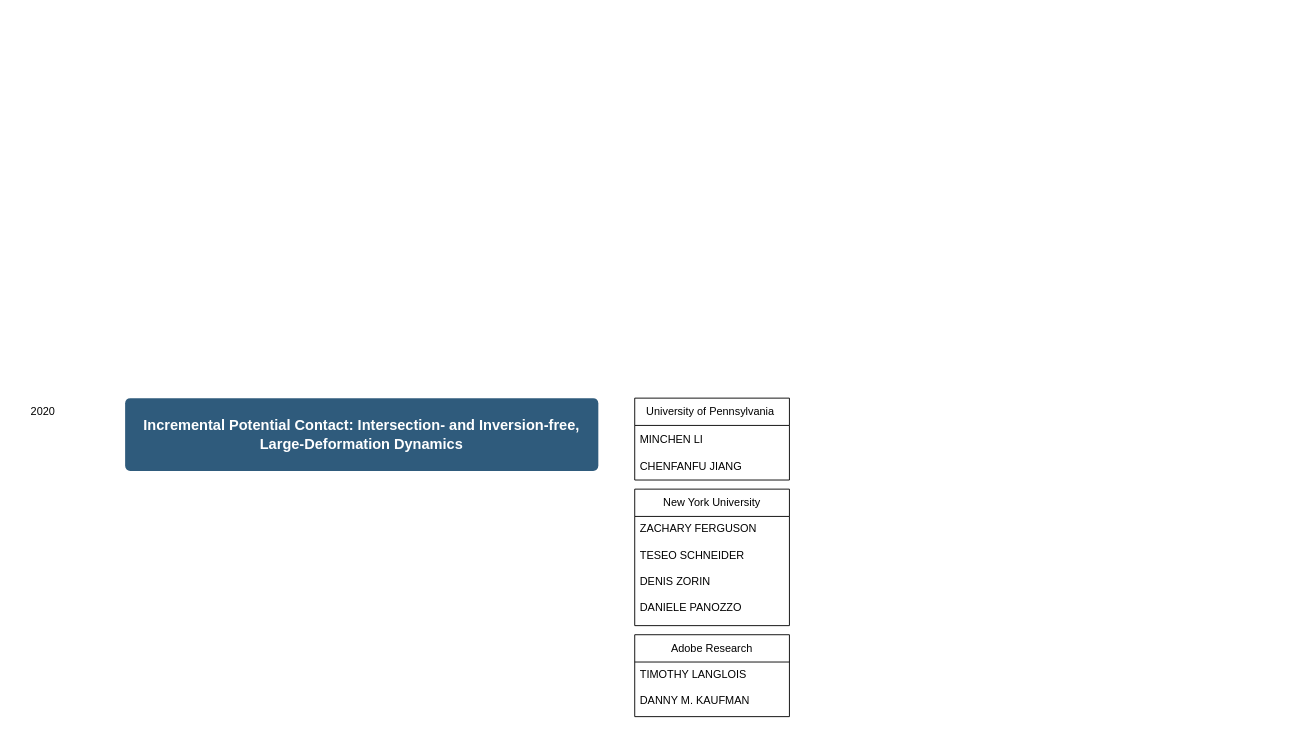
Before: Paper.drawio in jjunbass89/Paper, a draw.io diagram. Source tidied: cells renumbered, new cells numbered last; positions are measured from the earlier drawing's top-left corner, leaving out a move shared by most shapes. Both pictures are drawn from the tidied source at 91%, with x=0, y=0 at pixel (15, 398).
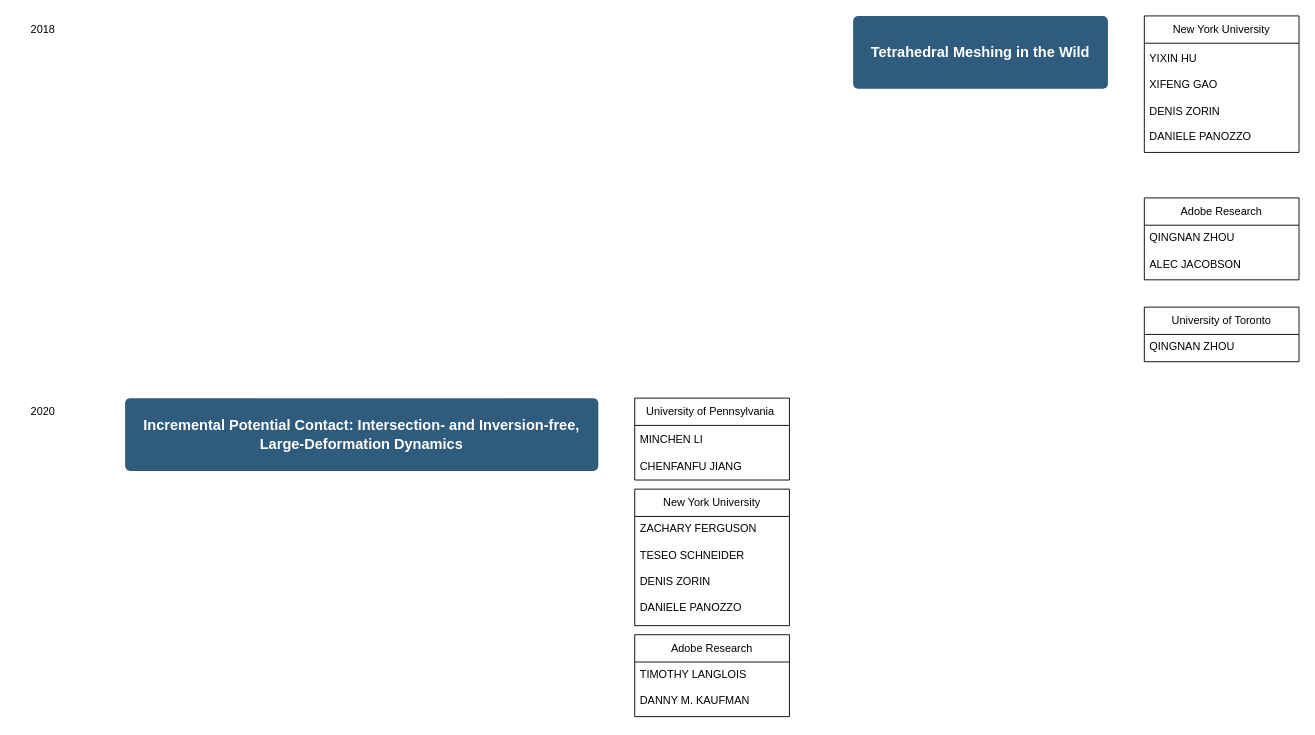
The same page after the edit.

The edit, as a diff of the source:
```diff
@@
 <mxGraphModel>
   <root>
     <mxCell id="0" />
     <mxCell id="1" parent="0" />
     <mxCell id="2" value="Incremental Potential Contact: Intersection- and Inversion-free,&lt;br/&gt;Large-Deformation Dynamics" style="rounded=1;whiteSpace=wrap;html=1;shadow=0;labelBackgroundColor=none;strokeColor=none;strokeWidth=3;fillColor=#2F5B7C;fontFamily=Helvetica;fontSize=16;fontColor=#FFFFFF;align=center;fontStyle=1;spacing=5;arcSize=7;perimeterSpacing=2;" parent="1" vertex="1">
       <mxGeometry x="120" width="520" height="80" as="geometry" />
     </mxCell>
     <mxCell id="3" value="University of Pennsylvania&amp;nbsp;" style="swimlane;fontStyle=0;horizontal=1;startSize=30;whiteSpace=wrap;html=1;" parent="1" vertex="1">
       <mxGeometry x="680" width="170" height="90" as="geometry" />
     </mxCell>
     <mxCell id="4" value="MINCHEN LI&lt;br&gt;&lt;br&gt;CHENFANFU JIANG" style="text;strokeColor=none;fillColor=none;align=left;verticalAlign=middle;spacingLeft=4;spacingRight=4;overflow=hidden;whiteSpace=wrap;html=1;" parent="3" vertex="1">
       <mxGeometry y="30" width="170" height="60" as="geometry" />
     </mxCell>
     <mxCell id="5" value="New York University" style="swimlane;fontStyle=0;horizontal=1;startSize=30;whiteSpace=wrap;html=1;" parent="1" vertex="1">
       <mxGeometry x="680" y="100" width="170" height="150" as="geometry" />
     </mxCell>
     <mxCell id="6" value="&lt;span style=&quot;border-color: var(--border-color);&quot;&gt;ZACHARY FERGUSON&lt;br&gt;&lt;br&gt;TESEO SCHNEIDER&lt;br&gt;&lt;br&gt;DENIS ZORIN &lt;br&gt;&lt;br&gt;DANIELE PANOZZO&lt;br&gt;&lt;/span&gt;" style="text;strokeColor=none;fillColor=none;align=left;verticalAlign=top;spacingLeft=4;spacingRight=4;overflow=hidden;whiteSpace=wrap;html=1;horizontal=1;" parent="5" vertex="1">
       <mxGeometry y="30" width="170" height="120" as="geometry" />
     </mxCell>
     <mxCell id="7" value="Adobe Research" style="swimlane;fontStyle=0;horizontal=1;startSize=30;whiteSpace=wrap;html=1;" parent="1" vertex="1">
       <mxGeometry x="680" y="260" width="170" height="90" as="geometry" />
     </mxCell>
     <mxCell id="8" value="&lt;span style=&quot;border-color: var(--border-color);&quot;&gt;TIMOTHY LANGLOIS&lt;br&gt;&lt;br&gt;DANNY M. KAUFMAN&lt;br&gt;&lt;/span&gt;" style="text;strokeColor=none;fillColor=none;align=left;verticalAlign=top;spacingLeft=4;spacingRight=4;overflow=hidden;whiteSpace=wrap;html=1;horizontal=1;" parent="7" vertex="1">
       <mxGeometry y="30" width="170" height="60" as="geometry" />
     </mxCell>
     <mxCell id="9" value="2020&lt;br&gt;" style="text;html=1;strokeColor=none;fillColor=none;align=center;verticalAlign=middle;whiteSpace=wrap;rounded=0;" parent="1" vertex="1">
       <mxGeometry width="60" height="30" as="geometry" />
     </mxCell>
+    <mxCell id="10" value="Tetrahedral Meshing in the Wild" style="rounded=1;whiteSpace=wrap;html=1;shadow=0;labelBackgroundColor=none;strokeColor=none;strokeWidth=3;fillColor=#2F5B7C;fontFamily=Helvetica;fontSize=16;fontColor=#FFFFFF;align=center;fontStyle=1;spacing=5;arcSize=7;perimeterSpacing=2;" parent="1" vertex="1">
+      <mxGeometry x="920" y="-420" width="280" height="80" as="geometry" />
+    </mxCell>
+    <mxCell id="11" value="New York University&lt;br/&gt;" style="swimlane;fontStyle=0;horizontal=1;startSize=30;whiteSpace=wrap;html=1;" parent="1" vertex="1">
+      <mxGeometry x="1240" y="-420" width="170" height="150" as="geometry" />
+    </mxCell>
+    <mxCell id="12" value="YIXIN HU&lt;br&gt;&lt;br&gt;XIFENG GAO&lt;br&gt;&lt;br style=&quot;border-color: var(--border-color);&quot;&gt;DENIS ZORIN&lt;br&gt;&lt;br style=&quot;border-color: var(--border-color);&quot;&gt;DANIELE PANOZZO" style="text;strokeColor=none;fillColor=none;align=left;verticalAlign=middle;spacingLeft=4;spacingRight=4;overflow=hidden;whiteSpace=wrap;html=1;" parent="11" vertex="1">
+      <mxGeometry y="30" width="170" height="120" as="geometry" />
+    </mxCell>
+    <mxCell id="13" value="Adobe Research" style="swimlane;fontStyle=0;horizontal=1;startSize=30;whiteSpace=wrap;html=1;" parent="1" vertex="1">
+      <mxGeometry x="1240" y="-220" width="170" height="90" as="geometry" />
+    </mxCell>
+    <mxCell id="14" value="QINGNAN ZHOU&lt;br&gt;&lt;br&gt;ALEC JACOBSON" style="text;strokeColor=none;fillColor=none;align=left;verticalAlign=top;spacingLeft=4;spacingRight=4;overflow=hidden;whiteSpace=wrap;html=1;horizontal=1;" parent="13" vertex="1">
+      <mxGeometry y="30" width="170" height="60" as="geometry" />
+    </mxCell>
+    <mxCell id="15" value="University of Toronto" style="swimlane;fontStyle=0;horizontal=1;startSize=30;whiteSpace=wrap;html=1;" parent="1" vertex="1">
+      <mxGeometry x="1240" y="-100" width="170" height="60" as="geometry" />
+    </mxCell>
+    <mxCell id="16" value="QINGNAN ZHOU" style="text;strokeColor=none;fillColor=none;align=left;verticalAlign=top;spacingLeft=4;spacingRight=4;overflow=hidden;whiteSpace=wrap;html=1;horizontal=1;" parent="15" vertex="1">
+      <mxGeometry y="30" width="170" height="30" as="geometry" />
+    </mxCell>
+    <mxCell id="17" value="2018" style="text;html=1;strokeColor=none;fillColor=none;align=center;verticalAlign=middle;whiteSpace=wrap;rounded=0;" parent="1" vertex="1">
+      <mxGeometry y="-420" width="60" height="30" as="geometry" />
+    </mxCell>
   </root>
 </mxGraphModel>
```
